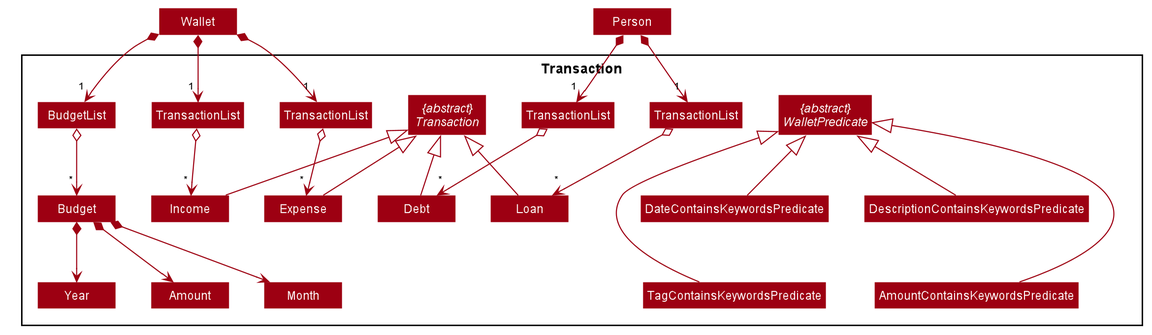
syinyichen/main keeps this PlantUML diagram as docs/images/ModelTransactionDiagram.png. Above is the earlier version.
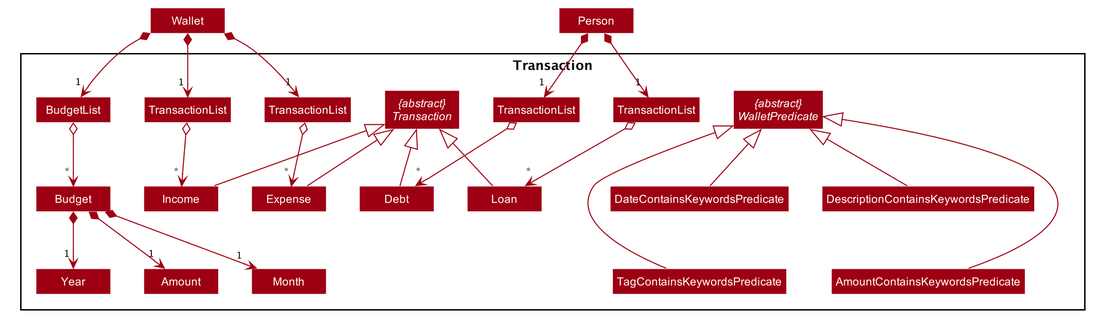
Later version of the same file.

What changed in the source:
```diff
@@ -96,9 +96,9 @@
 Income -up-|> Transaction
 Debt -up-|> Transaction
 Loan -up-|> Transaction
-Budget *--> Amount
-Budget *--> Month
-Budget *--> Year
+Budget *--> "1" Amount
+Budget *--> "1" Month
+Budget *--> "1" Year
 
 DescriptionContainsKeywordsPredicate -up-|> WalletPredicate
 AmountContainsKeywordsPredicate -up-|> WalletPredicate
```
